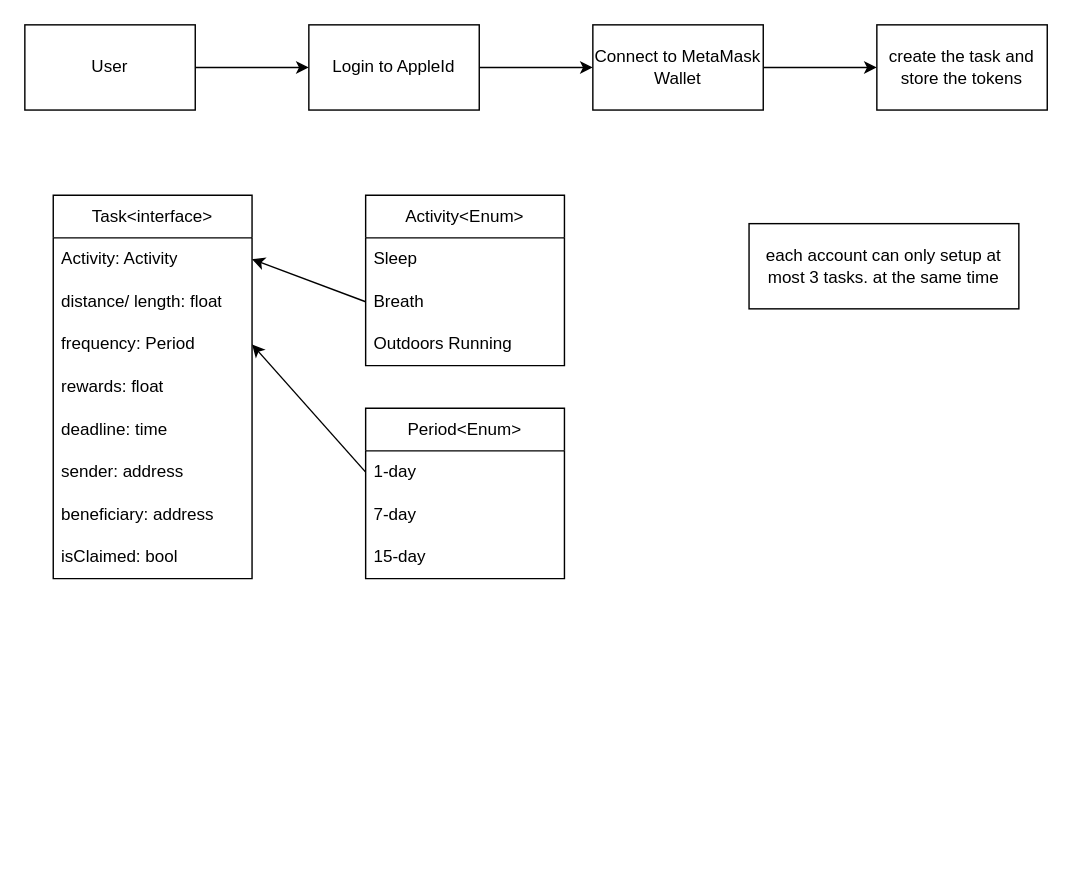
Before: page "Page-1" (1 of 2) of server/flowchart.drawio in jidalii/push, a draw.io diagram. Source tidied: cells renumbered, new cells numbered last; positions are measured from the earlier drawing's top-left corner, leaving out a move shared by most shapes. Both pictures are drawn from the tidied source at 142%, with x=0, y=0 at pixel (24, 24).
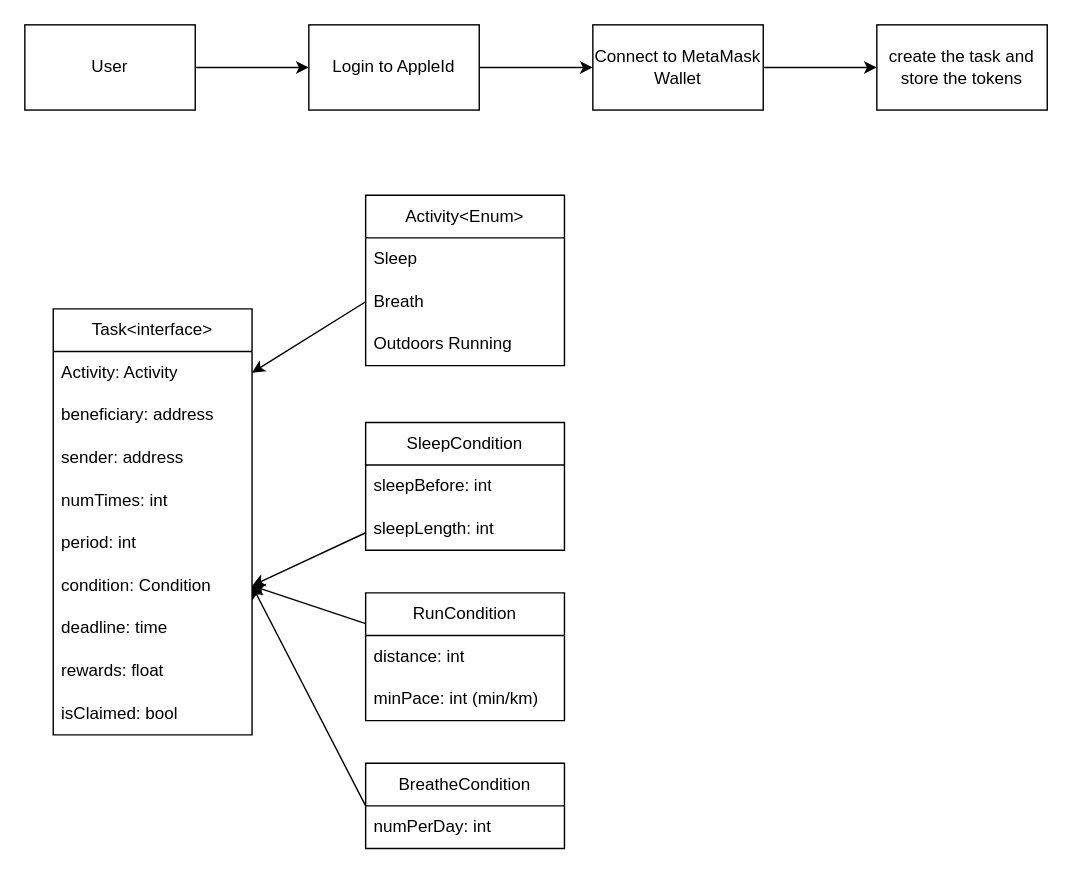
The same diagram, later.

What changed in the source:
```diff
@@
     <mxCell id="9" value="Task&amp;lt;interface&amp;gt;" style="swimlane;fontStyle=0;horizontal=1;startSize=30;whiteSpace=wrap;html=1;" parent="1" vertex="1">
-      <mxGeometry x="20" y="120" width="140" height="270" as="geometry" />
+      <mxGeometry x="20" y="200" width="140" height="300" as="geometry" />
     </mxCell>
@@
-    <mxCell id="11" value="distance/ length: float" style="text;strokeColor=none;fillColor=none;align=left;verticalAlign=middle;spacingLeft=4;spacingRight=4;overflow=hidden;whiteSpace=wrap;html=1;" parent="9" vertex="1">
-      <mxGeometry y="60" width="140" height="30" as="geometry" />
-    </mxCell>
-    <mxCell id="12" value="frequency: Period" style="text;strokeColor=none;fillColor=none;align=left;verticalAlign=middle;spacingLeft=4;spacingRight=4;overflow=hidden;points=[[0,0.5],[1,0.5]];portConstraint=eastwest;whiteSpace=wrap;html=1;" parent="9" vertex="1">
-      <mxGeometry y="90" width="140" height="30" as="geometry" />
-    </mxCell>
+    <mxCell id="16" value="beneficiary: address" style="text;strokeColor=none;fillColor=none;align=left;verticalAlign=middle;spacingLeft=4;spacingRight=4;overflow=hidden;whiteSpace=wrap;html=1;" parent="9" vertex="1">
+      <mxGeometry y="60" width="140" height="30" as="geometry" />
+    </mxCell>
+    <mxCell id="15" value="sender: address" style="text;strokeColor=none;fillColor=none;align=left;verticalAlign=middle;spacingLeft=4;spacingRight=4;overflow=hidden;whiteSpace=wrap;html=1;" parent="9" vertex="1">
+      <mxGeometry y="90" width="140" height="30" as="geometry" />
+    </mxCell>
+    <mxCell id="29" value="numTimes: int&amp;nbsp;" style="text;strokeColor=none;fillColor=none;align=left;verticalAlign=middle;spacingLeft=4;spacingRight=4;overflow=hidden;whiteSpace=wrap;html=1;" parent="9" vertex="1">
+      <mxGeometry y="120" width="140" height="30" as="geometry" />
+    </mxCell>
+    <mxCell id="30" value="period: int" style="text;strokeColor=none;fillColor=none;align=left;verticalAlign=middle;spacingLeft=4;spacingRight=4;overflow=hidden;whiteSpace=wrap;html=1;" parent="9" vertex="1">
+      <mxGeometry y="150" width="140" height="30" as="geometry" />
+    </mxCell>
+    <mxCell id="31" value="condition: Condition" style="text;strokeColor=none;fillColor=none;align=left;verticalAlign=middle;spacingLeft=4;spacingRight=4;overflow=hidden;points=[[0,0.5],[1,0.5]];portConstraint=eastwest;whiteSpace=wrap;html=1;" parent="9" vertex="1">
+      <mxGeometry y="180" width="140" height="30" as="geometry" />
+    </mxCell>
+    <mxCell id="14" value="deadline: time" style="text;strokeColor=none;fillColor=none;align=left;verticalAlign=middle;spacingLeft=4;spacingRight=4;overflow=hidden;whiteSpace=wrap;html=1;" parent="9" vertex="1">
+      <mxGeometry y="210" width="140" height="30" as="geometry" />
+    </mxCell>
     <mxCell id="13" value="rewards: float" style="text;strokeColor=none;fillColor=none;align=left;verticalAlign=middle;spacingLeft=4;spacingRight=4;overflow=hidden;whiteSpace=wrap;html=1;" parent="9" vertex="1">
-      <mxGeometry y="120" width="140" height="30" as="geometry" />
+      <mxGeometry y="240" width="140" height="30" as="geometry" />
     </mxCell>
-    <mxCell id="14" value="deadline: time" style="text;strokeColor=none;fillColor=none;align=left;verticalAlign=middle;spacingLeft=4;spacingRight=4;overflow=hidden;whiteSpace=wrap;html=1;" parent="9" vertex="1">
-      <mxGeometry y="150" width="140" height="30" as="geometry" />
-    </mxCell>
-    <mxCell id="15" value="sender: address" style="text;strokeColor=none;fillColor=none;align=left;verticalAlign=middle;spacingLeft=4;spacingRight=4;overflow=hidden;whiteSpace=wrap;html=1;" parent="9" vertex="1">
-      <mxGeometry y="180" width="140" height="30" as="geometry" />
-    </mxCell>
-    <mxCell id="16" value="beneficiary: address" style="text;strokeColor=none;fillColor=none;align=left;verticalAlign=middle;spacingLeft=4;spacingRight=4;overflow=hidden;whiteSpace=wrap;html=1;" parent="9" vertex="1">
-      <mxGeometry y="210" width="140" height="30" as="geometry" />
-    </mxCell>
     <mxCell id="17" value="isClaimed: bool" style="text;strokeColor=none;fillColor=none;align=left;verticalAlign=middle;spacingLeft=4;spacingRight=4;overflow=hidden;whiteSpace=wrap;html=1;" parent="9" vertex="1">
-      <mxGeometry y="240" width="140" height="30" as="geometry" />
+      <mxGeometry y="270" width="140" height="30" as="geometry" />
     </mxCell>
@@
-    <mxCell id="23" value="each account can only setup at most 3 tasks. at the same time" style="rounded=0;whiteSpace=wrap;html=1;" parent="1" vertex="1">
-      <mxGeometry x="510" y="140" width="190" height="60" as="geometry" />
-    </mxCell>
-    <mxCell id="24" value="Period&amp;lt;Enum&amp;gt;" style="swimlane;fontStyle=0;horizontal=1;startSize=30;whiteSpace=wrap;html=1;" parent="1" vertex="1">
-      <mxGeometry x="240" y="270" width="140" height="120" as="geometry" />
-    </mxCell>
-    <mxCell id="25" value="1-day" style="text;strokeColor=none;fillColor=none;align=left;verticalAlign=middle;spacingLeft=4;spacingRight=4;overflow=hidden;points=[[0,0.5],[1,0.5]];portConstraint=eastwest;whiteSpace=wrap;html=1;" parent="24" vertex="1">
-      <mxGeometry y="30" width="140" height="30" as="geometry" />
-    </mxCell>
-    <mxCell id="26" value="7-day" style="text;strokeColor=none;fillColor=none;align=left;verticalAlign=middle;spacingLeft=4;spacingRight=4;overflow=hidden;whiteSpace=wrap;html=1;" parent="24" vertex="1">
-      <mxGeometry y="60" width="140" height="30" as="geometry" />
-    </mxCell>
-    <mxCell id="27" value="15-day" style="text;strokeColor=none;fillColor=none;align=left;verticalAlign=middle;spacingLeft=4;spacingRight=4;overflow=hidden;whiteSpace=wrap;html=1;" parent="24" vertex="1">
-      <mxGeometry y="90" width="140" height="30" as="geometry" />
-    </mxCell>
-    <mxCell id="28" style="edgeStyle=none;html=1;exitX=0;exitY=0.5;exitDx=0;exitDy=0;entryX=1;entryY=0.5;entryDx=0;entryDy=0;" parent="1" edge="1" source="25" target="12">
-      <mxGeometry relative="1" as="geometry" />
-    </mxCell>
+    <mxCell id="32" style="edgeStyle=none;html=1;entryX=1;entryY=0.5;entryDx=0;entryDy=0;" parent="1" edge="1" source="33" target="31">
+      <mxGeometry relative="1" as="geometry" />
+    </mxCell>
+    <mxCell id="33" value="SleepCondition" style="swimlane;fontStyle=0;horizontal=1;startSize=30;whiteSpace=wrap;html=1;" parent="1" vertex="1">
+      <mxGeometry x="240" y="280" width="140" height="90" as="geometry" />
+    </mxCell>
+    <mxCell id="34" value="sleepBefore: int" style="text;strokeColor=none;fillColor=none;align=left;verticalAlign=middle;spacingLeft=4;spacingRight=4;overflow=hidden;whiteSpace=wrap;html=1;" parent="33" vertex="1">
+      <mxGeometry y="30" width="140" height="30" as="geometry" />
+    </mxCell>
+    <mxCell id="35" value="sleepLength: int" style="text;strokeColor=none;fillColor=none;align=left;verticalAlign=middle;spacingLeft=4;spacingRight=4;overflow=hidden;whiteSpace=wrap;html=1;" parent="33" vertex="1">
+      <mxGeometry y="60" width="140" height="30" as="geometry" />
+    </mxCell>
+    <mxCell id="36" style="edgeStyle=none;html=1;entryX=1;entryY=0.5;entryDx=0;entryDy=0;" parent="1" edge="1" source="37" target="31">
+      <mxGeometry relative="1" as="geometry" />
+    </mxCell>
+    <mxCell id="37" value="RunCondition" style="swimlane;fontStyle=0;horizontal=1;startSize=30;whiteSpace=wrap;html=1;" parent="1" vertex="1">
+      <mxGeometry x="240" y="400" width="140" height="90" as="geometry" />
+    </mxCell>
+    <mxCell id="38" value="distance: int" style="text;strokeColor=none;fillColor=none;align=left;verticalAlign=middle;spacingLeft=4;spacingRight=4;overflow=hidden;whiteSpace=wrap;html=1;" parent="37" vertex="1">
+      <mxGeometry y="30" width="140" height="30" as="geometry" />
+    </mxCell>
+    <mxCell id="39" value="minPace: int (min/km)" style="text;strokeColor=none;fillColor=none;align=left;verticalAlign=middle;spacingLeft=4;spacingRight=4;overflow=hidden;whiteSpace=wrap;html=1;" parent="37" vertex="1">
+      <mxGeometry y="60" width="140" height="30" as="geometry" />
+    </mxCell>
+    <mxCell id="40" style="edgeStyle=none;html=1;entryX=1;entryY=0.5;entryDx=0;entryDy=0;exitX=0;exitY=0.5;exitDx=0;exitDy=0;" parent="1" edge="1" source="41" target="31">
+      <mxGeometry relative="1" as="geometry" />
+    </mxCell>
+    <mxCell id="41" value="BreatheCondition" style="swimlane;fontStyle=0;horizontal=1;startSize=30;whiteSpace=wrap;html=1;" parent="1" vertex="1">
+      <mxGeometry x="240" y="520" width="140" height="60" as="geometry" />
+    </mxCell>
+    <mxCell id="42" value="numPerDay: int" style="text;strokeColor=none;fillColor=none;align=left;verticalAlign=middle;spacingLeft=4;spacingRight=4;overflow=hidden;whiteSpace=wrap;html=1;" parent="41" vertex="1">
+      <mxGeometry y="30" width="140" height="30" as="geometry" />
+    </mxCell>
```
